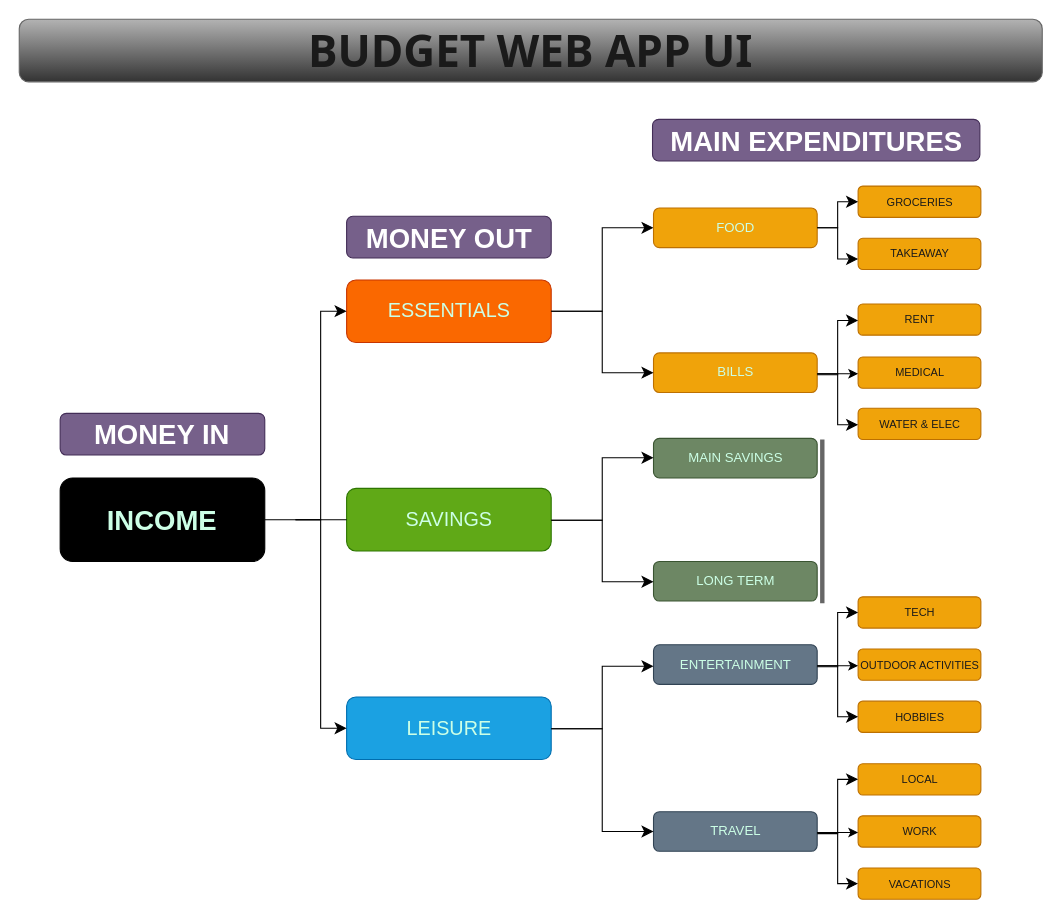
The draw.io diagram page "Page-1" (1 of 9) of Planning-Webflow/Budget404 Planning.drawio in UniCornSloth/Budget-App, before the edit. Source tidied: cells renumbered, new cells numbered last; positions are measured from the earlier drawing's top-left corner, leaving out a move shared by most shapes. Both pictures are drawn from the tidied source at 110%, with x=0, y=0 at pixel (19, 19).
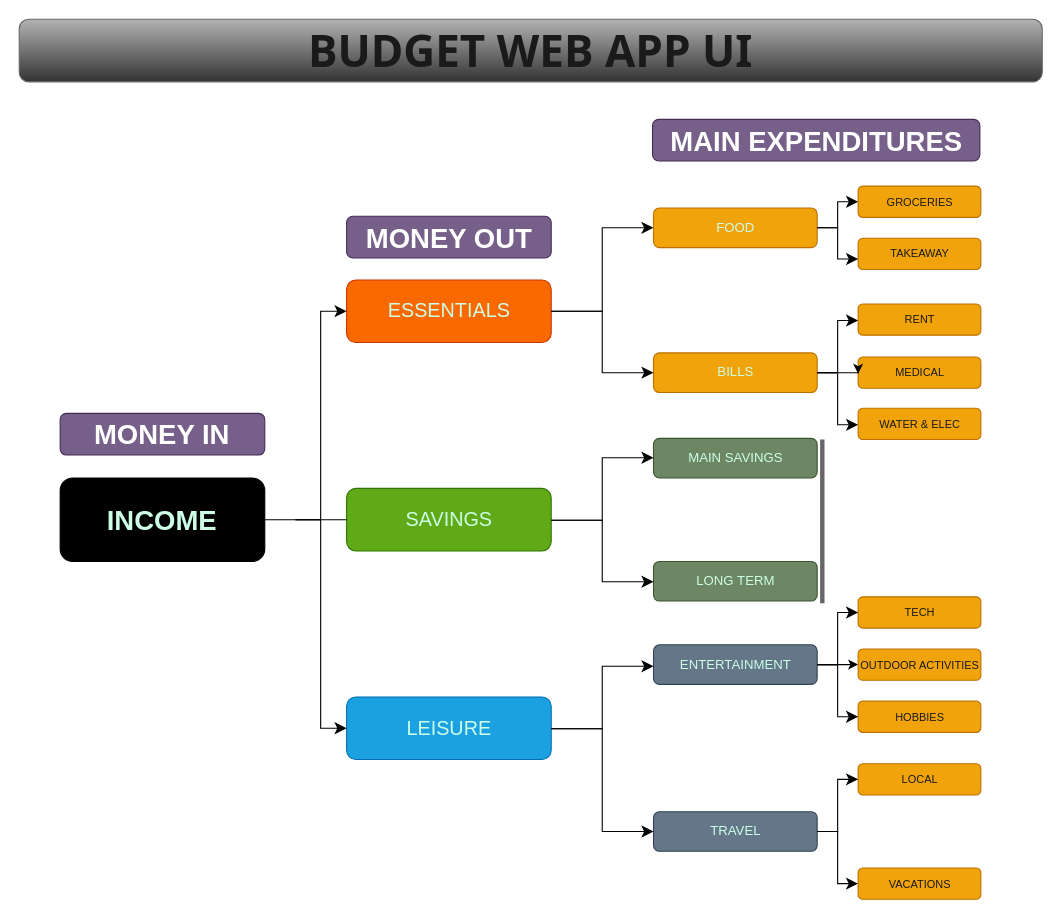
The same page after the edit.

The change refers to these unchanged cells:
```xml
<mxCell id="11" value="BILLS" style="rounded=1;whiteSpace=wrap;html=1;fillColor=#f0a30a;strokeColor=#BD7000;fontColor=#CCFFE6;" parent="1" vertex="1">
  <mxGeometry x="576.6" y="303.3" width="148.8" height="36" as="geometry" />
</mxCell>
<mxCell id="14" value="ENTERTAINMENT" style="rounded=1;whiteSpace=wrap;html=1;fillColor=#647687;fontColor=#CCFFE6;strokeColor=#314354;" parent="1" vertex="1">
  <mxGeometry x="576.6" y="568.7" width="148.8" height="36" as="geometry" />
</mxCell>
<mxCell id="15" value="TRAVEL" style="rounded=1;whiteSpace=wrap;html=1;fillColor=#647687;fontColor=#CCFFE6;strokeColor=#314354;" parent="1" vertex="1">
  <mxGeometry x="576.6" y="720.4" width="148.8" height="36" as="geometry" />
</mxCell>
<mxCell id="24" value="LOCAL" style="rounded=1;whiteSpace=wrap;html=1;fillColor=#f0a30a;strokeColor=#BD7000;fontColor=#1A1A1A;fontSize=10;" parent="1" vertex="1">
  <mxGeometry x="762.6" y="676.8" width="111.6" height="28.4" as="geometry" />
</mxCell>
<mxCell id="26" value="VACATIONS" style="rounded=1;whiteSpace=wrap;html=1;fillColor=#f0a30a;strokeColor=#BD7000;fontColor=#1A1A1A;fontSize=10;" parent="1" vertex="1">
  <mxGeometry x="762.6" y="771.6" width="111.6" height="28.4" as="geometry" />
</mxCell>
<mxCell id="29" value="HOBBIES" style="rounded=1;whiteSpace=wrap;html=1;fillColor=#f0a30a;strokeColor=#BD7000;fontColor=#1A1A1A;fontSize=10;" parent="1" vertex="1">
  <mxGeometry x="762.6" y="619.9" width="111.6" height="28.4" as="geometry" />
</mxCell>
```

The edit, as a diff of the source:
```diff
@@
-    <mxCell id="25" value="WORK" style="rounded=1;whiteSpace=wrap;html=1;fillColor=#f0a30a;strokeColor=#BD7000;fontColor=#1A1A1A;fontSize=10;" parent="1" vertex="1">
-      <mxGeometry x="762.6" y="724.2" width="111.6" height="28.4" as="geometry" />
-    </mxCell>
@@
-    <mxCell id="35" style="edgeStyle=orthogonalEdgeStyle;rounded=0;orthogonalLoop=1;jettySize=auto;html=1;entryX=0;entryY=0.5;entryDx=0;entryDy=0;" parent="1" edge="1">
+    <mxCell id="35" style="edgeStyle=orthogonalEdgeStyle;rounded=0;jettySize=auto;html=1;entryX=0;entryY=0.5;entryDx=0;entryDy=0;exitX=1;exitY=0.5;exitDx=0;exitDy=0;" parent="1" edge="1" source="14">
       <mxGeometry relative="1" as="geometry">
-        <mxPoint x="725.4" y="587.7" as="sourcePoint" />
-        <mxPoint x="762.6" y="587.7" as="targetPoint" />
+        <mxPoint x="762.6" y="586.5" as="targetPoint" />
       </mxGeometry>
     </mxCell>
-    <mxCell id="36" style="edgeStyle=elbowEdgeStyle;elbow=horizontal;endArrow=classic;html=1;curved=0;rounded=0;endSize=8;startSize=8;align=center;entryX=0;entryY=0.5;entryDx=0;entryDy=0;" parent="1" edge="1">
+    <mxCell id="36" style="edgeStyle=elbowEdgeStyle;elbow=horizontal;endArrow=classic;html=1;curved=0;rounded=0;endSize=8;startSize=8;align=center;entryX=0;entryY=0.5;entryDx=0;entryDy=0;exitX=1;exitY=0.5;exitDx=0;exitDy=0;" parent="1" edge="1" source="14">
       <mxGeometry relative="1" as="geometry">
-        <mxPoint x="725.4" y="588.6" as="sourcePoint" />
         <mxPoint x="762.6" y="539.3" as="targetPoint" />
       </mxGeometry>
     </mxCell>
-    <mxCell id="37" style="edgeStyle=elbowEdgeStyle;elbow=horizontal;endArrow=classic;html=1;curved=0;rounded=0;endSize=8;startSize=8;align=center;entryX=0;entryY=0.5;entryDx=0;entryDy=0;exitX=1;exitY=0.5;exitDx=0;exitDy=0;" parent="1" edge="1">
-      <mxGeometry relative="1" as="geometry">
-        <mxPoint x="725.4" y="587.7" as="sourcePoint" />
-        <mxPoint x="762.6" y="634.1" as="targetPoint" />
-      </mxGeometry>
+    <mxCell id="37" style="edgeStyle=elbowEdgeStyle;elbow=horizontal;endArrow=classic;html=1;curved=0;rounded=0;endSize=8;startSize=8;align=center;exitX=1;exitY=0.5;exitDx=0;exitDy=0;entryX=0;entryY=0.5;entryDx=0;entryDy=0;" parent="1" edge="1" source="14" target="29">
+      <mxGeometry relative="1" as="geometry" />
     </mxCell>
-    <mxCell id="38" style="edgeStyle=orthogonalEdgeStyle;rounded=0;orthogonalLoop=1;jettySize=auto;html=1;entryX=0;entryY=0.5;entryDx=0;entryDy=0;" parent="1" edge="1">
-      <mxGeometry relative="1" as="geometry">
-        <mxPoint x="725.4" y="739.3" as="sourcePoint" />
-        <mxPoint x="762.6" y="739.3" as="targetPoint" />
-      </mxGeometry>
-    </mxCell>
-    <mxCell id="39" style="edgeStyle=elbowEdgeStyle;elbow=horizontal;endArrow=classic;html=1;curved=0;rounded=0;endSize=8;startSize=8;align=center;entryX=0;entryY=0.5;entryDx=0;entryDy=0;" parent="1" edge="1">
-      <mxGeometry relative="1" as="geometry">
-        <mxPoint x="725.4" y="740.3" as="sourcePoint" />
-        <mxPoint x="762.6" y="691" as="targetPoint" />
-      </mxGeometry>
-    </mxCell>
-    <mxCell id="40" style="edgeStyle=elbowEdgeStyle;elbow=horizontal;endArrow=classic;html=1;curved=0;rounded=0;endSize=8;startSize=8;align=center;entryX=0;entryY=0.5;entryDx=0;entryDy=0;exitX=1;exitY=0.5;exitDx=0;exitDy=0;" parent="1" edge="1">
-      <mxGeometry relative="1" as="geometry">
-        <mxPoint x="725.4" y="739.3" as="sourcePoint" />
-        <mxPoint x="762.6" y="785.8" as="targetPoint" />
-      </mxGeometry>
-    </mxCell>
@@
-    <mxCell id="42" style="edgeStyle=orthogonalEdgeStyle;rounded=0;orthogonalLoop=1;jettySize=auto;html=1;entryX=0;entryY=0.5;entryDx=0;entryDy=0;" parent="1" edge="1">
+    <mxCell id="42" style="edgeStyle=orthogonalEdgeStyle;rounded=0;jettySize=auto;html=1;entryX=0;entryY=0.5;entryDx=0;entryDy=0;exitX=1;exitY=0.5;exitDx=0;exitDy=0;" parent="1" edge="1" source="11">
       <mxGeometry relative="1" as="geometry">
-        <mxPoint x="725.4" y="322.3" as="sourcePoint" />
         <mxPoint x="762.6" y="322.3" as="targetPoint" />
       </mxGeometry>
     </mxCell>
-    <mxCell id="43" style="edgeStyle=elbowEdgeStyle;elbow=horizontal;endArrow=classic;html=1;curved=0;rounded=0;endSize=8;startSize=8;align=center;entryX=0;entryY=0.5;entryDx=0;entryDy=0;" parent="1" edge="1">
+    <mxCell id="43" style="edgeStyle=elbowEdgeStyle;elbow=horizontal;endArrow=classic;html=1;curved=0;rounded=0;endSize=8;startSize=8;align=center;entryX=0;entryY=0.5;entryDx=0;entryDy=0;exitX=1;exitY=0.5;exitDx=0;exitDy=0;" parent="1" edge="1" source="11">
       <mxGeometry relative="1" as="geometry">
-        <mxPoint x="725.4" y="323.2" as="sourcePoint" />
         <mxPoint x="762.6" y="273.9" as="targetPoint" />
       </mxGeometry>
     </mxCell>
-    <mxCell id="44" style="edgeStyle=elbowEdgeStyle;elbow=horizontal;endArrow=classic;html=1;curved=0;rounded=0;endSize=8;startSize=8;align=center;entryX=0;entryY=0.5;entryDx=0;entryDy=0;exitX=1;exitY=0.5;exitDx=0;exitDy=0;" parent="1" edge="1">
+    <mxCell id="44" style="edgeStyle=elbowEdgeStyle;elbow=horizontal;endArrow=classic;html=1;curved=0;rounded=0;endSize=8;startSize=8;align=center;entryX=0;entryY=0.5;entryDx=0;entryDy=0;exitX=1;exitY=0.5;exitDx=0;exitDy=0;" parent="1" edge="1" source="11">
       <mxGeometry relative="1" as="geometry">
-        <mxPoint x="725.4" y="322.3" as="sourcePoint" />
         <mxPoint x="762.6" y="368.7" as="targetPoint" />
       </mxGeometry>
     </mxCell>
@@
+    <mxCell id="48" style="edgeStyle=elbowEdgeStyle;elbow=horizontal;endArrow=classic;html=1;curved=0;rounded=0;endSize=8;startSize=8;align=center;entryX=0;entryY=0.5;entryDx=0;entryDy=0;exitX=1;exitY=0.5;exitDx=0;exitDy=0;" parent="1" edge="1" source="15" target="24">
+      <mxGeometry relative="1" as="geometry" />
+    </mxCell>
+    <mxCell id="49" style="edgeStyle=elbowEdgeStyle;elbow=horizontal;endArrow=classic;html=1;curved=0;rounded=0;endSize=8;startSize=8;align=center;entryX=0;entryY=0.5;entryDx=0;entryDy=0;exitX=1;exitY=0.5;exitDx=0;exitDy=0;" parent="1" edge="1" source="15" target="26">
+      <mxGeometry relative="1" as="geometry" />
+    </mxCell>
```
